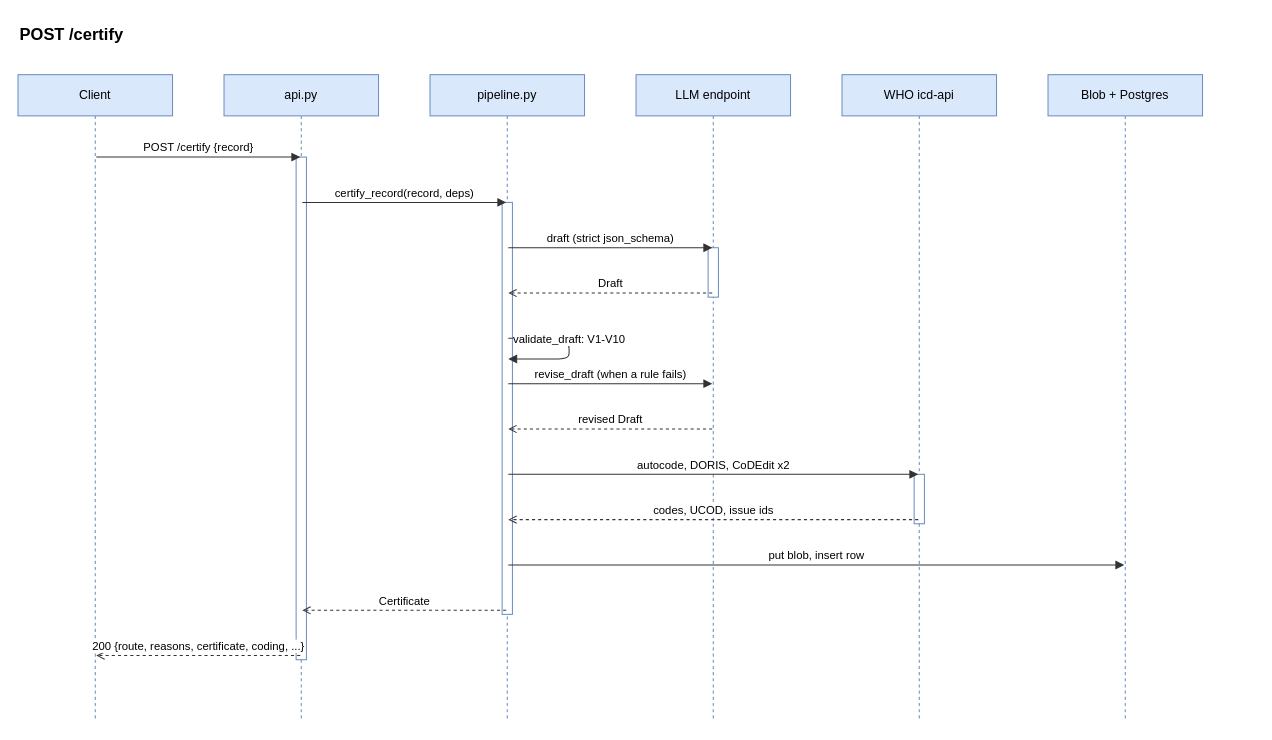
Before: docs/_static/diagrams/automccd_lite/sequence.drawio in kevindoingstuff/autoMCCD-lite, a draw.io diagram. Source tidied: cells renumbered, new cells numbered last; positions are measured from the earlier drawing's top-left corner, leaving out a move shared by most shapes. Both pictures are drawn from the tidied source at 103%, with x=0, y=0 at pixel (18, 18).
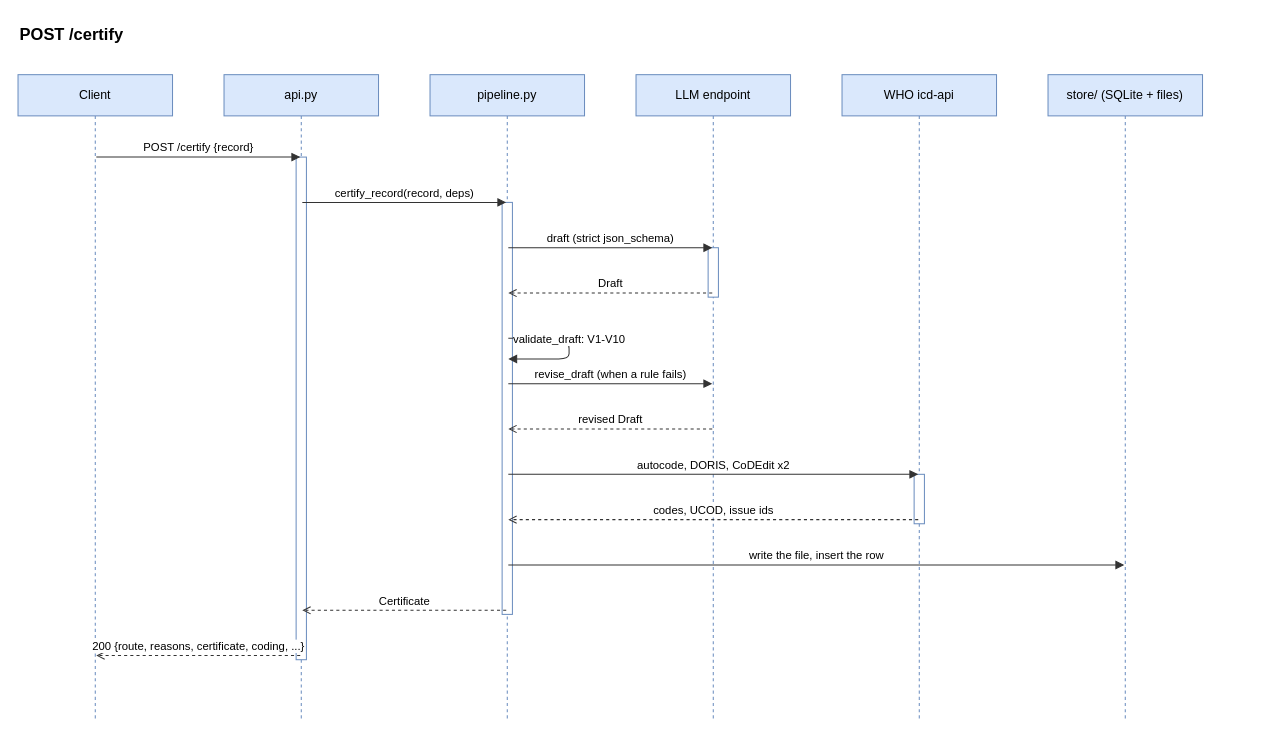
Above is the later version.

Commit message (it also covers changes not shown here):
docs: describe the store, the serve command and the cli module

The change refers to these unchanged cells:
```xml
<mxCell id="40" style="strokeColor=none;fillColor=none;" parent="1" vertex="1">
  <mxGeometry x="474" y="530" width="2" height="2" as="geometry" />
</mxCell>
<mxCell id="41" style="strokeColor=none;fillColor=none;" parent="1" vertex="1">
  <mxGeometry x="1074" y="530" width="2" height="2" as="geometry" />
</mxCell>
```

The edit, as a diff of the source:
```diff
@@
-    <mxCell id="7" value="Blob + Postgres" style="shape=umlLifeline;perimeter=lifelinePerimeter;whiteSpace=wrap;html=1;size=40;fillColor=#dae8fc;strokeColor=#6c8ebf;" parent="1" vertex="1">
+    <mxCell id="7" value="store/ (SQLite + files)" style="shape=umlLifeline;perimeter=lifelinePerimeter;whiteSpace=wrap;html=1;size=40;fillColor=#dae8fc;strokeColor=#6c8ebf;" parent="1" vertex="1">
       <mxGeometry x="1000" y="55" width="150" height="628" as="geometry" />
     </mxCell>
@@
-    <mxCell id="42" value="put blob, insert row" style="edgeStyle=none;html=1;rounded=1;endArrow=block;strokeColor=#333333;verticalAlign=bottom;fontSize=11;" parent="1" edge="1" source="40" target="41">
+    <mxCell id="42" value="write the file, insert the row" style="edgeStyle=none;html=1;rounded=1;endArrow=block;strokeColor=#333333;verticalAlign=bottom;fontSize=11;" parent="1" edge="1" source="40" target="41">
       <mxGeometry relative="1" as="geometry" />
     </mxCell>
```
